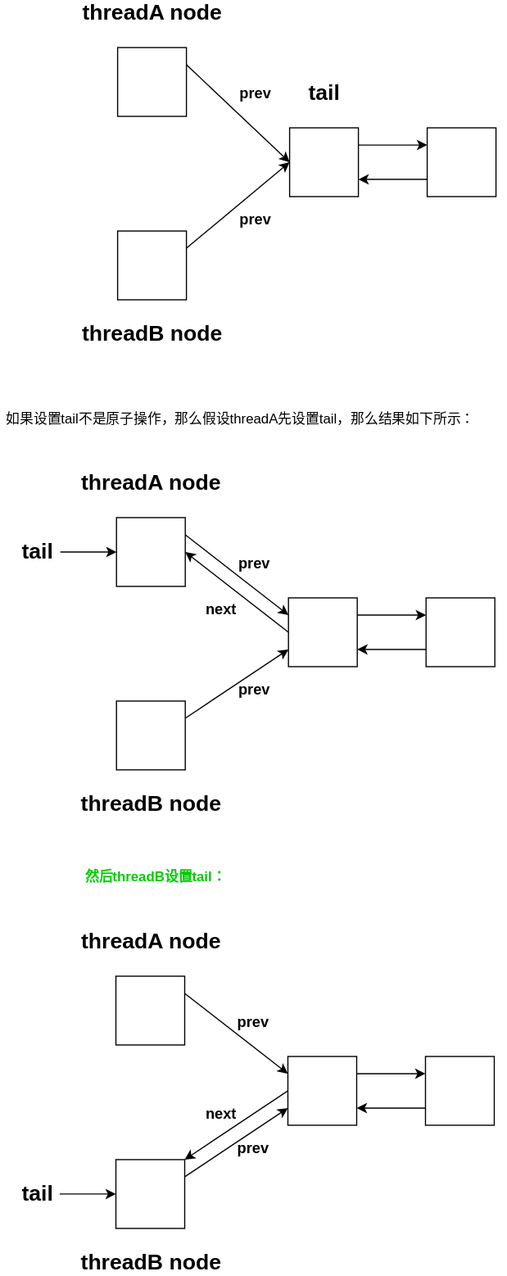
This is java/Multi-thread/AQS/images/addWaiter-p1.drawio.svg from soloveri/notes-of-cs, a draw.io export, as it was before one commit. Source tidied: cells renumbered, new cells last; positions are measured from the earlier drawing's top-left corner, leaving out a move shared by most shapes. Its diagram source:
```xml
<mxGraphModel>
  <root>
    <mxCell id="0" />
    <mxCell id="1" parent="0" />
    <mxCell id="2" style="whiteSpace=wrap;html=1;" parent="1" vertex="1">
      <mxGeometry x="102" y="40" width="60" height="60" as="geometry" />
    </mxCell>
    <mxCell id="3" style="whiteSpace=wrap;html=1;" parent="1" vertex="1">
      <mxGeometry x="252" y="110" width="60" height="60" as="geometry" />
    </mxCell>
    <mxCell id="4" style="whiteSpace=wrap;html=1;" parent="1" vertex="1">
      <mxGeometry x="102" y="200" width="60" height="60" as="geometry" />
    </mxCell>
    <mxCell id="5" style="whiteSpace=wrap;html=1;" parent="1" vertex="1">
      <mxGeometry x="372" y="110" width="60" height="60" as="geometry" />
    </mxCell>
    <mxCell id="6" style="endArrow=classic;html=1;exitX=1;exitY=0.25;exitDx=0;exitDy=0;entryX=0;entryY=0.25;entryDx=0;entryDy=0;" parent="1" edge="1" source="3" target="5">
      <mxGeometry relative="1" as="geometry" />
    </mxCell>
    <mxCell id="7" style="endArrow=classic;html=1;entryX=1;entryY=0.75;entryDx=0;entryDy=0;exitX=0;exitY=0.75;exitDx=0;exitDy=0;" parent="1" edge="1" source="5" target="3">
      <mxGeometry relative="1" as="geometry" />
    </mxCell>
    <mxCell id="8" style="endArrow=classic;html=1;exitX=1;exitY=0.25;exitDx=0;exitDy=0;entryX=0;entryY=0.5;entryDx=0;entryDy=0;" parent="1" edge="1" source="4" target="3">
      <mxGeometry relative="1" as="geometry" />
    </mxCell>
    <mxCell id="9" style="endArrow=classic;html=1;exitX=1;exitY=0.25;exitDx=0;exitDy=0;entryX=0;entryY=0.5;entryDx=0;entryDy=0;" parent="1" edge="1" source="2" target="3">
      <mxGeometry relative="1" as="geometry" />
    </mxCell>
    <mxCell id="10" value="&lt;font style=&quot;font-size: 19px&quot;&gt;&lt;b&gt;tail&lt;/b&gt;&lt;/font&gt;" style="text;html=1;align=center;verticalAlign=middle;" parent="1" vertex="1">
      <mxGeometry x="262" y="70" width="40" height="20" as="geometry" />
    </mxCell>
    <mxCell id="11" value="&lt;font style=&quot;font-size: 19px&quot;&gt;&lt;b&gt;threadA node&lt;/b&gt;&lt;/font&gt;" style="text;html=1;align=center;verticalAlign=middle;" parent="1" vertex="1">
      <mxGeometry x="62" width="140" height="20" as="geometry" />
    </mxCell>
    <mxCell id="12" value="&lt;font style=&quot;font-size: 19px&quot;&gt;&lt;b&gt;threadB node&lt;/b&gt;&lt;/font&gt;" style="text;html=1;align=center;verticalAlign=middle;" parent="1" vertex="1">
      <mxGeometry x="62" y="280" width="140" height="20" as="geometry" />
    </mxCell>
    <mxCell id="13" value="&lt;font size=&quot;1&quot;&gt;&lt;b style=&quot;font-size: 13px&quot;&gt;prev&lt;/b&gt;&lt;/font&gt;" style="text;html=1;align=center;verticalAlign=middle;" parent="1" vertex="1">
      <mxGeometry x="202" y="70" width="40" height="20" as="geometry" />
    </mxCell>
    <mxCell id="14" value="&lt;font size=&quot;1&quot;&gt;&lt;b style=&quot;font-size: 13px&quot;&gt;prev&lt;/b&gt;&lt;/font&gt;" style="text;html=1;align=center;verticalAlign=middle;" parent="1" vertex="1">
      <mxGeometry x="202" y="180" width="40" height="20" as="geometry" />
    </mxCell>
    <mxCell id="15" value="&lt;h1&gt;&lt;span style=&quot;font-size: 12px ; font-weight: normal ; line-height: 80%&quot;&gt;如果设置tail不是原子操作，那么假设threadA先设置tail，那么结果如下所示：&lt;/span&gt;&lt;br&gt;&lt;/h1&gt;" style="text;html=1;strokeColor=none;fillColor=none;spacing=5;spacingTop=-20;whiteSpace=wrap;overflow=hidden;rounded=0;" parent="1" vertex="1">
      <mxGeometry y="340" width="441" height="40" as="geometry" />
    </mxCell>
    <mxCell id="16" style="whiteSpace=wrap;html=1;" parent="1" vertex="1">
      <mxGeometry x="101" y="450" width="60" height="60" as="geometry" />
    </mxCell>
    <mxCell id="17" style="whiteSpace=wrap;html=1;" parent="1" vertex="1">
      <mxGeometry x="251" y="520" width="60" height="60" as="geometry" />
    </mxCell>
    <mxCell id="18" style="whiteSpace=wrap;html=1;" parent="1" vertex="1">
      <mxGeometry x="101" y="610" width="60" height="60" as="geometry" />
    </mxCell>
    <mxCell id="19" style="whiteSpace=wrap;html=1;" parent="1" vertex="1">
      <mxGeometry x="371" y="520" width="60" height="60" as="geometry" />
    </mxCell>
    <mxCell id="20" style="endArrow=classic;html=1;exitX=1;exitY=0.25;exitDx=0;exitDy=0;entryX=0;entryY=0.25;entryDx=0;entryDy=0;" parent="1" edge="1" source="17" target="19">
      <mxGeometry relative="1" as="geometry" />
    </mxCell>
    <mxCell id="21" style="endArrow=classic;html=1;entryX=1;entryY=0.75;entryDx=0;entryDy=0;exitX=0;exitY=0.75;exitDx=0;exitDy=0;" parent="1" edge="1" source="19" target="17">
      <mxGeometry relative="1" as="geometry" />
    </mxCell>
    <mxCell id="22" style="endArrow=classic;html=1;exitX=1;exitY=0.25;exitDx=0;exitDy=0;entryX=0;entryY=0.75;entryDx=0;entryDy=0;" parent="1" edge="1" source="18" target="17">
      <mxGeometry relative="1" as="geometry" />
    </mxCell>
    <mxCell id="23" style="endArrow=classic;html=1;exitX=1;exitY=0.25;exitDx=0;exitDy=0;entryX=0;entryY=0.25;entryDx=0;entryDy=0;" parent="1" edge="1" source="16" target="17">
      <mxGeometry relative="1" as="geometry" />
    </mxCell>
    <mxCell id="24" value="&lt;font style=&quot;font-size: 19px&quot;&gt;&lt;b&gt;tail&lt;/b&gt;&lt;/font&gt;" style="text;html=1;align=center;verticalAlign=middle;points=[];" parent="1" vertex="1">
      <mxGeometry x="12" y="470" width="40" height="20" as="geometry" />
    </mxCell>
    <mxCell id="25" value="&lt;font style=&quot;font-size: 19px&quot;&gt;&lt;b&gt;threadA node&lt;/b&gt;&lt;/font&gt;" style="text;html=1;align=center;verticalAlign=middle;" parent="1" vertex="1">
      <mxGeometry x="61" y="410" width="140" height="20" as="geometry" />
    </mxCell>
    <mxCell id="26" value="&lt;font style=&quot;font-size: 19px&quot;&gt;&lt;b&gt;threadB node&lt;/b&gt;&lt;/font&gt;" style="text;html=1;align=center;verticalAlign=middle;" parent="1" vertex="1">
      <mxGeometry x="61" y="690" width="140" height="20" as="geometry" />
    </mxCell>
    <mxCell id="27" value="&lt;font size=&quot;1&quot;&gt;&lt;b style=&quot;font-size: 13px&quot;&gt;prev&lt;/b&gt;&lt;/font&gt;" style="text;html=1;align=center;verticalAlign=middle;" parent="1" vertex="1">
      <mxGeometry x="201" y="480" width="40" height="20" as="geometry" />
    </mxCell>
    <mxCell id="28" value="&lt;font size=&quot;1&quot;&gt;&lt;b style=&quot;font-size: 13px&quot;&gt;prev&lt;/b&gt;&lt;/font&gt;" style="text;html=1;align=center;verticalAlign=middle;" parent="1" vertex="1">
      <mxGeometry x="201" y="590" width="40" height="20" as="geometry" />
    </mxCell>
    <mxCell id="29" style="endArrow=classic;html=1;exitX=0;exitY=0.5;exitDx=0;exitDy=0;entryX=1;entryY=0.5;entryDx=0;entryDy=0;" parent="1" edge="1" source="17" target="16">
      <mxGeometry relative="1" as="geometry" />
    </mxCell>
    <mxCell id="30" value="&lt;font size=&quot;1&quot;&gt;&lt;b style=&quot;font-size: 13px&quot;&gt;next&lt;/b&gt;&lt;/font&gt;" style="text;html=1;align=center;verticalAlign=middle;" parent="1" vertex="1">
      <mxGeometry x="172" y="520" width="40" height="20" as="geometry" />
    </mxCell>
    <mxCell id="31" value="&lt;h1&gt;&lt;span style=&quot;font-size: 12px&quot;&gt;&lt;font color=&quot;#00cc00&quot;&gt;然后threadB设置tail：&lt;/font&gt;&lt;/span&gt;&lt;/h1&gt;" style="text;html=1;strokeColor=none;fillColor=none;spacing=5;spacingTop=-20;whiteSpace=wrap;overflow=hidden;rounded=0;" parent="1" vertex="1">
      <mxGeometry x="68.5" y="740" width="132" height="40" as="geometry" />
    </mxCell>
    <mxCell id="32" style="endArrow=classic;html=1;entryX=0;entryY=0.5;entryDx=0;entryDy=0;" parent="1" edge="1" source="24" target="16">
      <mxGeometry relative="1" as="geometry" />
    </mxCell>
    <mxCell id="33" style="whiteSpace=wrap;html=1;" parent="1" vertex="1">
      <mxGeometry x="100.5" y="850" width="60" height="60" as="geometry" />
    </mxCell>
    <mxCell id="34" style="whiteSpace=wrap;html=1;" parent="1" vertex="1">
      <mxGeometry x="250.5" y="920" width="60" height="60" as="geometry" />
    </mxCell>
    <mxCell id="35" style="whiteSpace=wrap;html=1;" parent="1" vertex="1">
      <mxGeometry x="100.5" y="1010" width="60" height="60" as="geometry" />
    </mxCell>
    <mxCell id="36" style="whiteSpace=wrap;html=1;" parent="1" vertex="1">
      <mxGeometry x="370.5" y="920" width="60" height="60" as="geometry" />
    </mxCell>
    <mxCell id="37" style="endArrow=classic;html=1;exitX=1;exitY=0.25;exitDx=0;exitDy=0;entryX=0;entryY=0.25;entryDx=0;entryDy=0;" parent="1" edge="1" source="34" target="36">
      <mxGeometry relative="1" as="geometry" />
    </mxCell>
    <mxCell id="38" style="endArrow=classic;html=1;entryX=1;entryY=0.75;entryDx=0;entryDy=0;exitX=0;exitY=0.75;exitDx=0;exitDy=0;" parent="1" edge="1" source="36" target="34">
      <mxGeometry relative="1" as="geometry" />
    </mxCell>
    <mxCell id="39" style="endArrow=classic;html=1;exitX=1;exitY=0.25;exitDx=0;exitDy=0;entryX=0;entryY=0.75;entryDx=0;entryDy=0;" parent="1" edge="1" source="35" target="34">
      <mxGeometry relative="1" as="geometry" />
    </mxCell>
    <mxCell id="40" style="endArrow=classic;html=1;exitX=1;exitY=0.25;exitDx=0;exitDy=0;entryX=0;entryY=0.25;entryDx=0;entryDy=0;" parent="1" edge="1" source="33" target="34">
      <mxGeometry relative="1" as="geometry" />
    </mxCell>
    <mxCell id="41" value="&lt;font style=&quot;font-size: 19px&quot;&gt;&lt;b&gt;tail&lt;/b&gt;&lt;/font&gt;" style="text;html=1;align=center;verticalAlign=middle;points=[];" parent="1" vertex="1">
      <mxGeometry x="11.5" y="1030" width="40" height="20" as="geometry" />
    </mxCell>
    <mxCell id="42" value="&lt;font style=&quot;font-size: 19px&quot;&gt;&lt;b&gt;threadA node&lt;/b&gt;&lt;/font&gt;" style="text;html=1;align=center;verticalAlign=middle;" parent="1" vertex="1">
      <mxGeometry x="60.5" y="810" width="140" height="20" as="geometry" />
    </mxCell>
    <mxCell id="43" value="&lt;font style=&quot;font-size: 19px&quot;&gt;&lt;b&gt;threadB node&lt;/b&gt;&lt;/font&gt;" style="text;html=1;align=center;verticalAlign=middle;" parent="1" vertex="1">
      <mxGeometry x="60.5" y="1090" width="140" height="20" as="geometry" />
    </mxCell>
    <mxCell id="44" value="&lt;font size=&quot;1&quot;&gt;&lt;b style=&quot;font-size: 13px&quot;&gt;prev&lt;/b&gt;&lt;/font&gt;" style="text;html=1;align=center;verticalAlign=middle;" parent="1" vertex="1">
      <mxGeometry x="200.5" y="880" width="40" height="20" as="geometry" />
    </mxCell>
    <mxCell id="45" value="&lt;font size=&quot;1&quot;&gt;&lt;b style=&quot;font-size: 13px&quot;&gt;prev&lt;/b&gt;&lt;/font&gt;" style="text;html=1;align=center;verticalAlign=middle;" parent="1" vertex="1">
      <mxGeometry x="200.5" y="990" width="40" height="20" as="geometry" />
    </mxCell>
    <mxCell id="46" style="endArrow=classic;html=1;entryX=0;entryY=0.5;entryDx=0;entryDy=0;" parent="1" edge="1" source="41">
      <mxGeometry relative="1" as="geometry">
        <mxPoint x="100.5" y="1040" as="targetPoint" />
      </mxGeometry>
    </mxCell>
    <mxCell id="47" style="endArrow=classic;html=1;exitX=0;exitY=0.5;exitDx=0;exitDy=0;entryX=1;entryY=0;entryDx=0;entryDy=0;" parent="1" edge="1" source="34" target="35">
      <mxGeometry relative="1" as="geometry" />
    </mxCell>
    <mxCell id="48" value="&lt;font size=&quot;1&quot;&gt;&lt;b style=&quot;font-size: 13px&quot;&gt;next&lt;/b&gt;&lt;/font&gt;" style="text;html=1;align=center;verticalAlign=middle;" parent="1" vertex="1">
      <mxGeometry x="172" y="960" width="40" height="20" as="geometry" />
    </mxCell>
  </root>
</mxGraphModel>
```
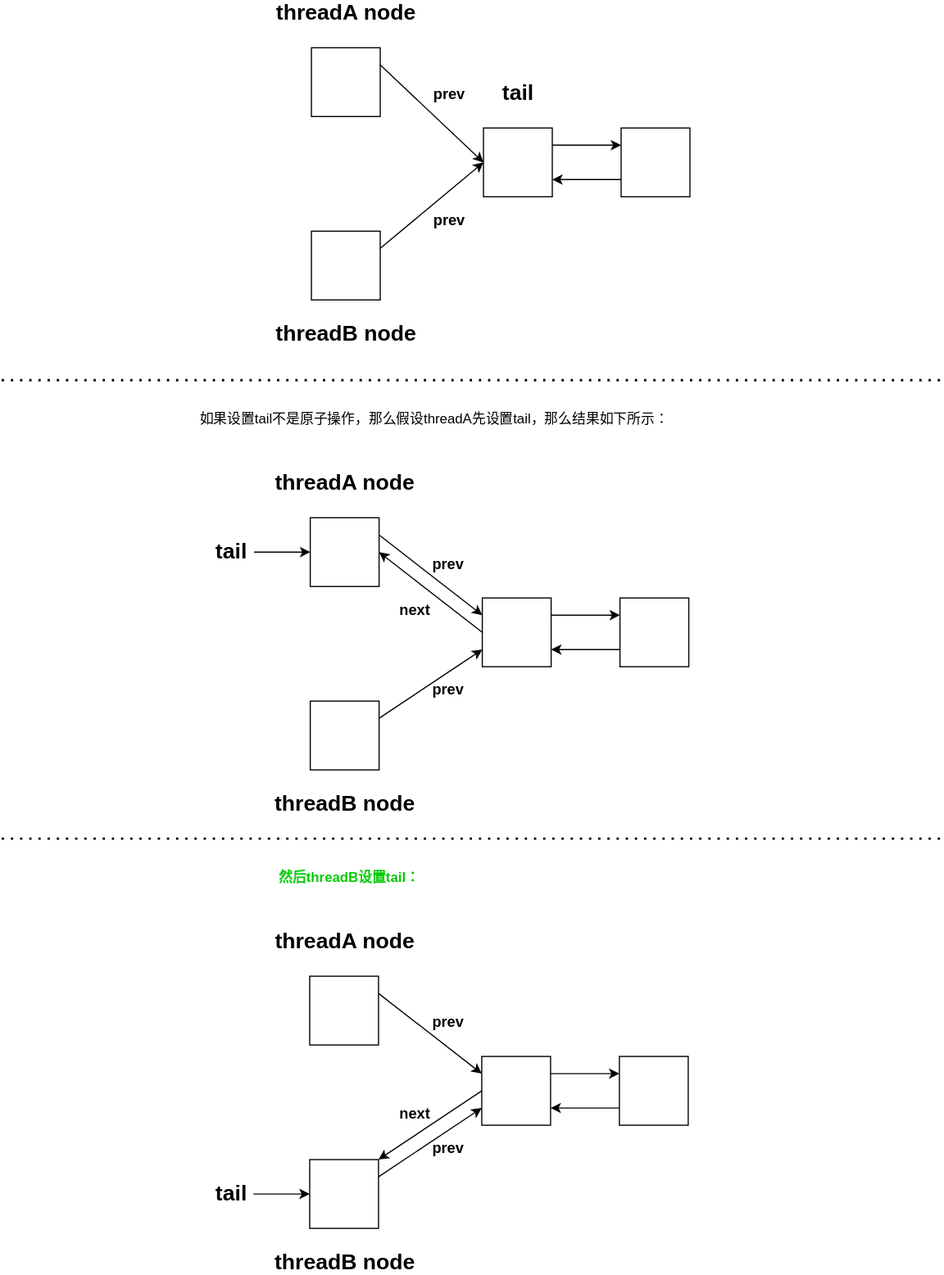
The same diagram one commit later.

Diff of the diagram source:
```diff
@@ -145,5 +145,17 @@
     <mxCell id="48" value="&lt;font size=&quot;1&quot;&gt;&lt;b style=&quot;font-size: 13px&quot;&gt;next&lt;/b&gt;&lt;/font&gt;" style="text;html=1;align=center;verticalAlign=middle;" parent="1" vertex="1">
       <mxGeometry x="172" y="960" width="40" height="20" as="geometry" />
     </mxCell>
+    <mxCell id="49" style="endArrow=none;dashed=1;html=1;dashPattern=1 3;strokeWidth=2;" parent="1" edge="1">
+      <mxGeometry relative="1" as="geometry">
+        <mxPoint x="-168" y="330" as="sourcePoint" />
+        <mxPoint x="652" y="330" as="targetPoint" />
+      </mxGeometry>
+    </mxCell>
+    <mxCell id="50" style="endArrow=none;dashed=1;html=1;dashPattern=1 3;strokeWidth=2;" parent="1" edge="1">
+      <mxGeometry relative="1" as="geometry">
+        <mxPoint x="-168" y="730" as="sourcePoint" />
+        <mxPoint x="652" y="730" as="targetPoint" />
+      </mxGeometry>
+    </mxCell>
   </root>
 </mxGraphModel>
```
